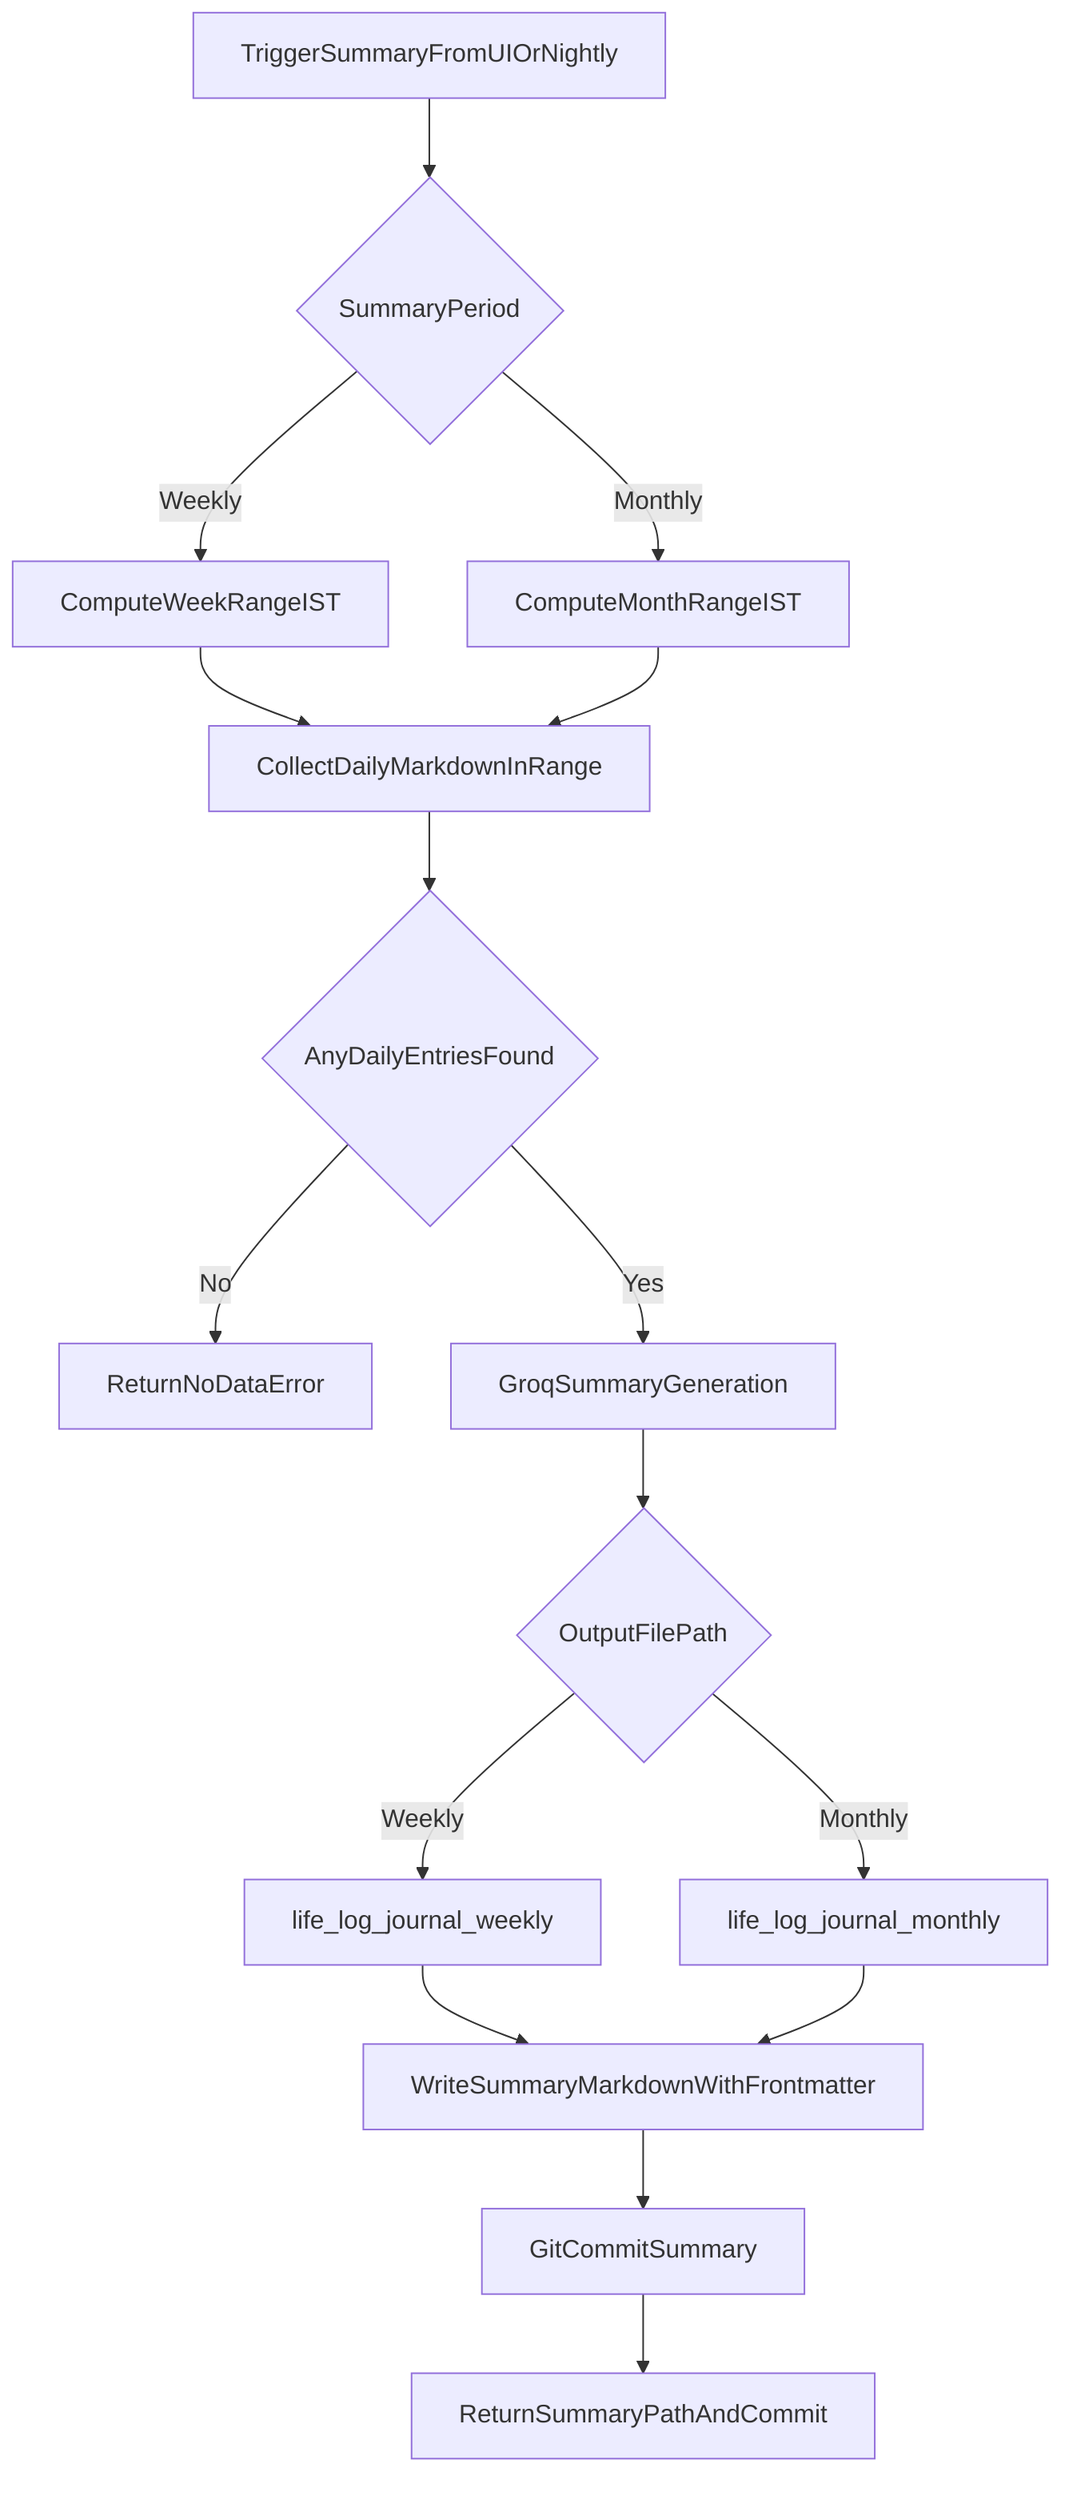
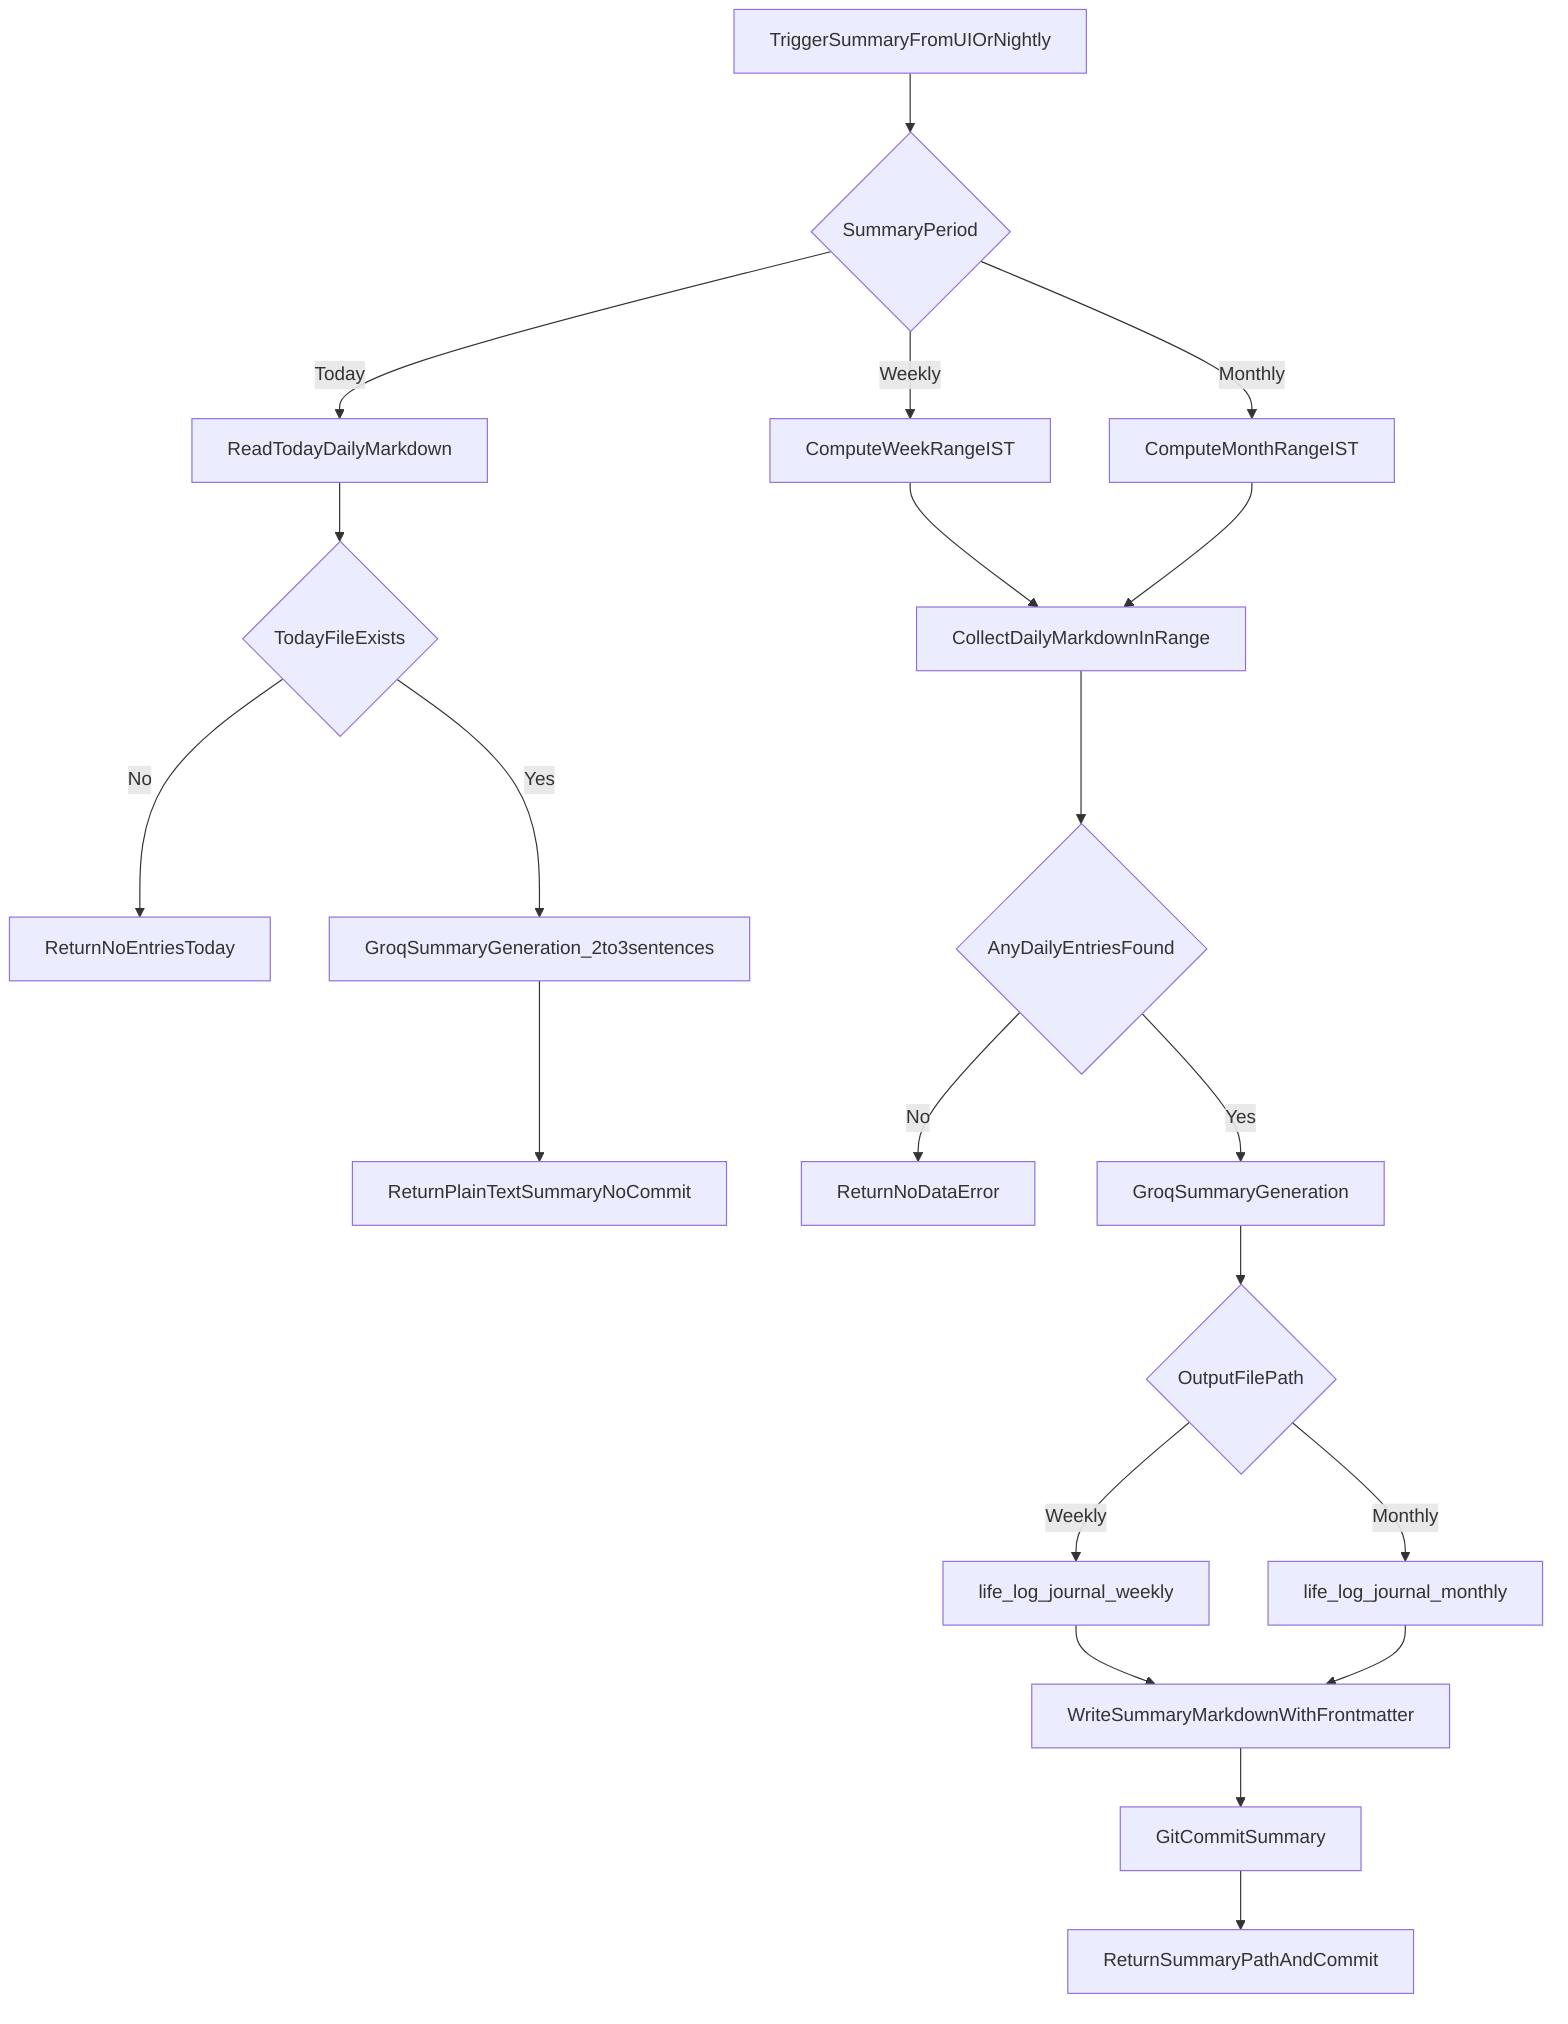
flowchart TD
  trigger[TriggerSummaryFromUIOrNightly] --> choose{SummaryPeriod}
+   choose -->|Today| todayRead[ReadTodayDailyMarkdown]
  choose -->|Weekly| weekRange[ComputeWeekRangeIST]
  choose -->|Monthly| monthRange[ComputeMonthRangeIST]
+ 
+   todayRead --> todayExists{TodayFileExists}
+   todayExists -->|No| noEntry[ReturnNoEntriesToday]
+   todayExists -->|Yes| todaySummarize[GroqSummaryGeneration_2to3sentences]
+   todaySummarize --> todayResult[ReturnPlainTextSummaryNoCommit]

  weekRange --> collect[CollectDailyMarkdownInRange]
  monthRange --> collect
  collect --> hasData{AnyDailyEntriesFound}
  hasData -->|No| fail[ReturnNoDataError]
  hasData -->|Yes| summarize[GroqSummaryGeneration]

  summarize --> outFile{OutputFilePath}
  outFile -->|Weekly| weeklyFile[life_log_journal_weekly]
  outFile -->|Monthly| monthlyFile[life_log_journal_monthly]

  weeklyFile --> write[WriteSummaryMarkdownWithFrontmatter]
  monthlyFile --> write
  write --> commit[GitCommitSummary]
  commit --> result[ReturnSummaryPathAndCommit]
